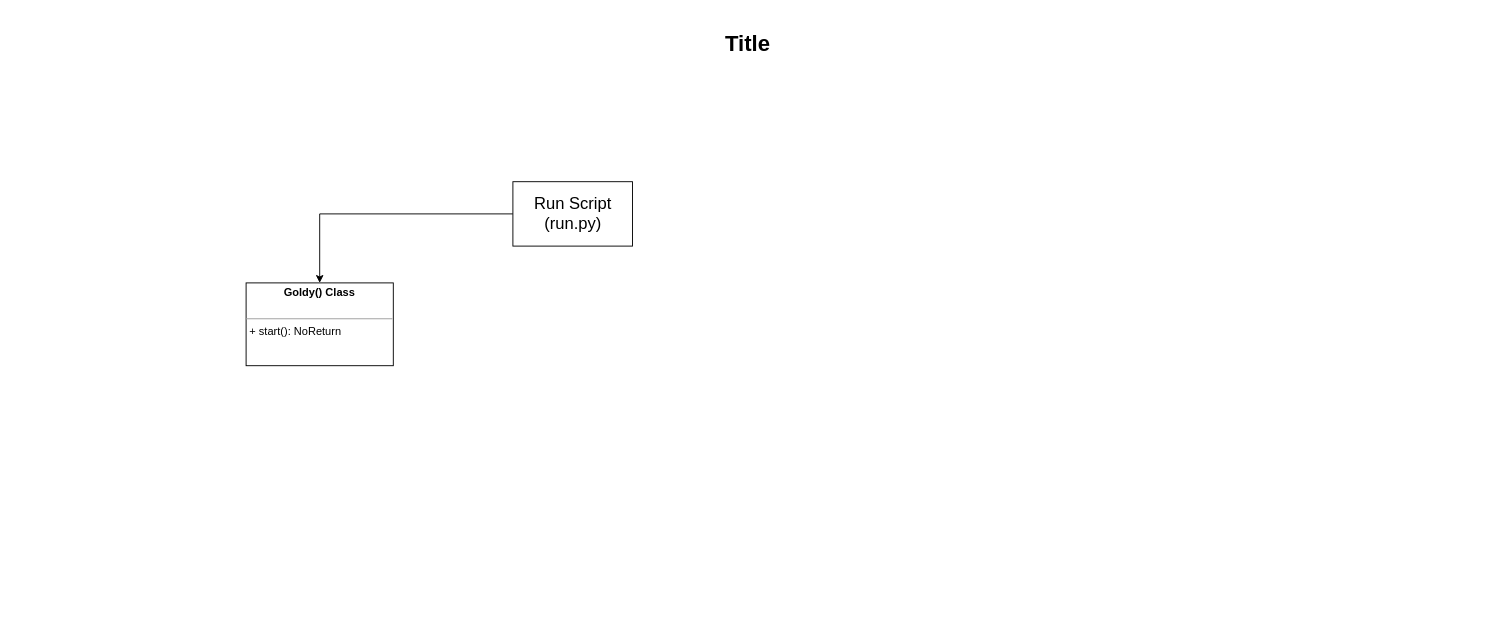
Goldy-Bot/goldy-bot-framework keeps this draw.io diagram as assets/software_design_1.drawio. Above is the earlier version. Source tidied: cells renumbered, new cells numbered last; positions are measured from the earlier drawing's top-left corner, leaving out a move shared by most shapes. Both pictures are drawn from the tidied source at 92%, with x=0, y=0 at pixel (16, 25).
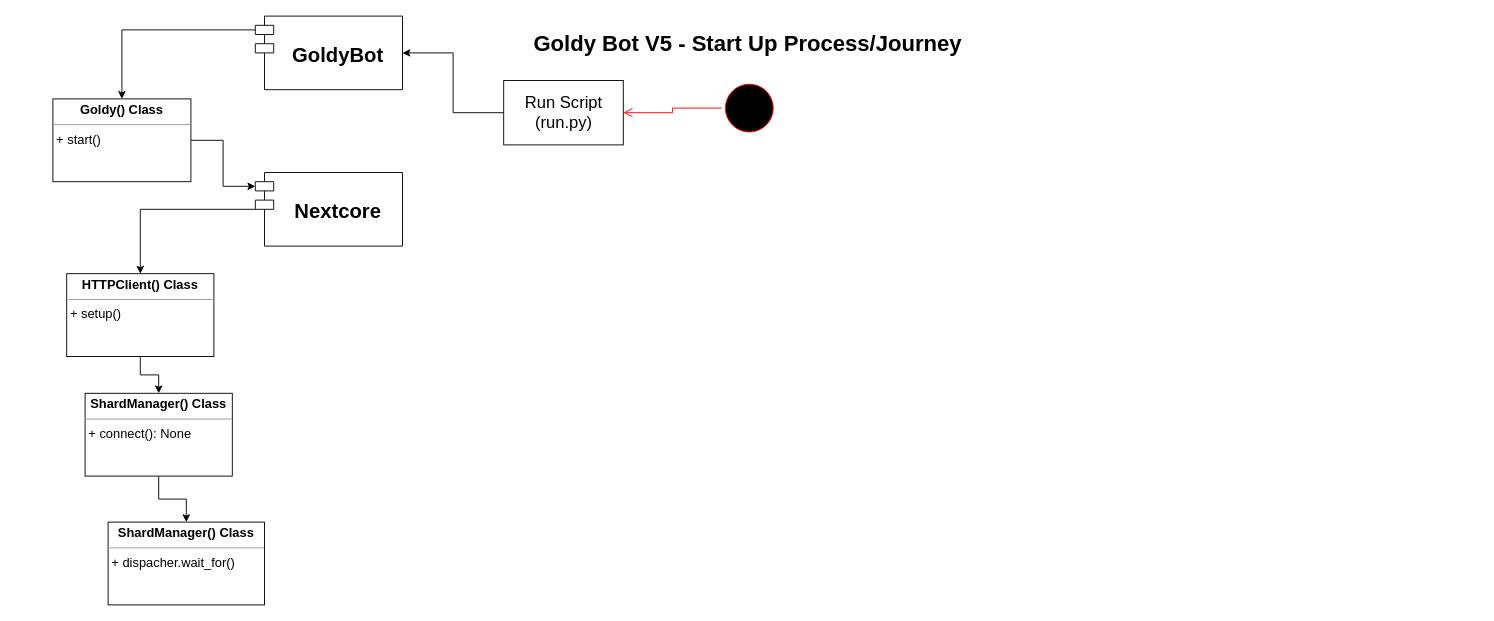
After the change.

Change to the diagram source:
```diff
@@
 <mxGraphModel>
   <root>
     <mxCell id="0" />
     <mxCell id="1" parent="0" />
-    <mxCell id="2" value="Title" style="text;strokeColor=none;fillColor=none;html=1;fontSize=24;fontStyle=1;verticalAlign=middle;align=center;" parent="1" vertex="1">
+    <mxCell id="2" value="Goldy Bot V5 - Start Up Process/Journey" style="text;strokeColor=none;fillColor=none;html=1;fontSize=24;fontStyle=1;verticalAlign=middle;align=center;" parent="1" vertex="1">
       <mxGeometry width="1590" height="40" as="geometry" />
     </mxCell>
+    <mxCell id="6" style="edgeStyle=orthogonalEdgeStyle;rounded=0;jettySize=auto;html=1;entryX=0;entryY=0;entryDx=0;entryDy=15;entryPerimeter=0;fontSize=22;" parent="1" edge="1" source="3" target="9">
+      <mxGeometry relative="1" as="geometry" />
+    </mxCell>
-    <mxCell id="3" value="&lt;p style=&quot;margin:0px;margin-top:4px;text-align:center;&quot;&gt;&lt;b&gt;Goldy() Class&lt;/b&gt;&lt;/p&gt;&lt;p style=&quot;margin:0px;margin-left:4px;&quot;&gt;&lt;br&gt;&lt;/p&gt;&lt;hr size=&quot;1&quot;&gt;&lt;p style=&quot;margin:0px;margin-left:4px;&quot;&gt;+ start(): NoReturn&lt;/p&gt;" style="verticalAlign=top;align=left;overflow=fill;fontSize=12;fontFamily=Helvetica;html=1;" parent="1" vertex="1">
-      <mxGeometry x="250" y="280" width="160" height="90" as="geometry" />
+    <mxCell id="3" value="&lt;p style=&quot;margin: 4px 0px 0px; text-align: center; font-size: 14px;&quot;&gt;&lt;b style=&quot;&quot;&gt;&lt;font style=&quot;font-size: 14px;&quot;&gt;Goldy() Class&lt;/font&gt;&lt;/b&gt;&lt;/p&gt;&lt;hr style=&quot;font-size: 14px;&quot; size=&quot;1&quot;&gt;&lt;p style=&quot;margin: 0px 0px 0px 4px; font-size: 14px;&quot;&gt;&lt;font style=&quot;font-size: 14px;&quot;&gt;+ start()&lt;/font&gt;&lt;/p&gt;" style="verticalAlign=top;align=left;overflow=fill;fontSize=12;fontFamily=Helvetica;html=1;" parent="1" vertex="1">
+      <mxGeometry x="40" y="80" width="150" height="90" as="geometry" />
     </mxCell>
-    <mxCell id="4" style="edgeStyle=orthogonalEdgeStyle;rounded=0;jettySize=auto;html=1;entryX=0.5;entryY=0;entryDx=0;entryDy=0;fontSize=18;" parent="1" edge="1" source="5" target="3">
-      <mxGeometry relative="1" as="geometry" />
-    </mxCell>
+    <mxCell id="7" style="edgeStyle=orthogonalEdgeStyle;rounded=0;jettySize=auto;html=1;entryX=1;entryY=0.5;entryDx=0;entryDy=0;fontSize=22;" parent="1" edge="1" source="5" target="17">
+      <mxGeometry relative="1" as="geometry" />
+    </mxCell>
     <mxCell id="5" value="&lt;font style=&quot;font-size: 18px;&quot;&gt;Run Script&lt;br&gt;(run.py)&lt;/font&gt;" style="html=1;" parent="1" vertex="1">
-      <mxGeometry x="540" y="170" width="130" height="70" as="geometry" />
+      <mxGeometry x="530" y="60" width="130" height="70" as="geometry" />
     </mxCell>
+    <mxCell id="8" style="edgeStyle=orthogonalEdgeStyle;rounded=0;jettySize=auto;html=1;fontSize=22;" parent="1" edge="1" source="9" target="11">
+      <mxGeometry relative="1" as="geometry" />
+    </mxCell>
+    <mxCell id="9" value="Nextcore" style="shape=module;align=left;spacingLeft=20;align=center;verticalAlign=middle;fontSize=22;fontStyle=1;" parent="1" vertex="1">
+      <mxGeometry x="260" y="160" width="160" height="80" as="geometry" />
+    </mxCell>
+    <mxCell id="10" style="edgeStyle=orthogonalEdgeStyle;rounded=0;jettySize=auto;html=1;fontSize=22;" parent="1" edge="1" source="11" target="15">
+      <mxGeometry relative="1" as="geometry" />
+    </mxCell>
+    <mxCell id="11" value="&lt;p style=&quot;margin: 4px 0px 0px; text-align: center; font-size: 14px;&quot;&gt;&lt;b style=&quot;&quot;&gt;&lt;font style=&quot;font-size: 14px;&quot;&gt;HTTPClient() Class&lt;/font&gt;&lt;/b&gt;&lt;/p&gt;&lt;hr style=&quot;font-size: 14px;&quot; size=&quot;1&quot;&gt;&lt;p style=&quot;margin: 0px 0px 0px 4px; font-size: 14px;&quot;&gt;&lt;font style=&quot;font-size: 14px;&quot;&gt;+&amp;nbsp;setup&lt;span style=&quot;background-color: initial;&quot;&gt;()&lt;/span&gt;&lt;/font&gt;&lt;/p&gt;" style="verticalAlign=top;align=left;overflow=fill;fontSize=12;fontFamily=Helvetica;html=1;" parent="1" vertex="1">
+      <mxGeometry x="55" y="270" width="160" height="90" as="geometry" />
+    </mxCell>
+    <mxCell id="12" style="ellipse;html=1;shape=startState;fillColor=#000000;strokeColor=#ff0000;fontSize=22;" parent="1" vertex="1">
+      <mxGeometry x="767" y="60" width="60" height="60" as="geometry" />
+    </mxCell>
+    <mxCell id="13" style="edgeStyle=orthogonalEdgeStyle;html=1;verticalAlign=bottom;endArrow=open;endSize=8;strokeColor=#ff0000;rounded=0;fontSize=22;" parent="1" edge="1" source="12" target="5">
+      <mxGeometry relative="1" as="geometry" />
+    </mxCell>
+    <mxCell id="14" style="edgeStyle=orthogonalEdgeStyle;rounded=0;jettySize=auto;html=1;fontSize=22;" parent="1" edge="1" source="15" target="18">
+      <mxGeometry relative="1" as="geometry" />
+    </mxCell>
+    <mxCell id="15" value="&lt;p style=&quot;margin: 4px 0px 0px; text-align: center; font-size: 14px;&quot;&gt;&lt;b style=&quot;&quot;&gt;&lt;font style=&quot;font-size: 14px;&quot;&gt;ShardManager() Class&lt;/font&gt;&lt;/b&gt;&lt;/p&gt;&lt;hr style=&quot;font-size: 14px;&quot; size=&quot;1&quot;&gt;&lt;p style=&quot;margin: 0px 0px 0px 4px; font-size: 14px;&quot;&gt;&lt;font style=&quot;font-size: 14px;&quot;&gt;+ connect&lt;span style=&quot;background-color: initial;&quot;&gt;(): None&lt;/span&gt;&lt;/font&gt;&lt;/p&gt;" style="verticalAlign=top;align=left;overflow=fill;fontSize=12;fontFamily=Helvetica;html=1;" parent="1" vertex="1">
+      <mxGeometry x="75" y="400" width="160" height="90" as="geometry" />
+    </mxCell>
+    <mxCell id="16" style="edgeStyle=orthogonalEdgeStyle;rounded=0;jettySize=auto;html=1;exitX=0;exitY=0;exitDx=0;exitDy=15;exitPerimeter=0;entryX=0.5;entryY=0;entryDx=0;entryDy=0;fontSize=14;" parent="1" edge="1" source="17" target="3">
+      <mxGeometry relative="1" as="geometry" />
+    </mxCell>
+    <mxCell id="17" value="GoldyBot" style="shape=module;align=left;spacingLeft=20;align=center;verticalAlign=middle;fontSize=22;fontStyle=1;" parent="1" vertex="1">
+      <mxGeometry x="260" y="-10" width="160" height="80" as="geometry" />
+    </mxCell>
+    <mxCell id="18" value="&lt;p style=&quot;margin: 4px 0px 0px; text-align: center; font-size: 14px;&quot;&gt;&lt;b style=&quot;&quot;&gt;&lt;font style=&quot;font-size: 14px;&quot;&gt;ShardManager() Class&lt;/font&gt;&lt;/b&gt;&lt;/p&gt;&lt;hr style=&quot;font-size: 14px;&quot; size=&quot;1&quot;&gt;&lt;p style=&quot;margin: 0px 0px 0px 4px; font-size: 14px;&quot;&gt;&lt;font style=&quot;font-size: 14px;&quot;&gt;+&amp;nbsp;dispacher.wait_for()&lt;/font&gt;&lt;/p&gt;" style="verticalAlign=top;align=left;overflow=fill;fontSize=12;fontFamily=Helvetica;html=1;" parent="1" vertex="1">
+      <mxGeometry x="100" y="540" width="170" height="90" as="geometry" />
+    </mxCell>
   </root>
 </mxGraphModel>
```
